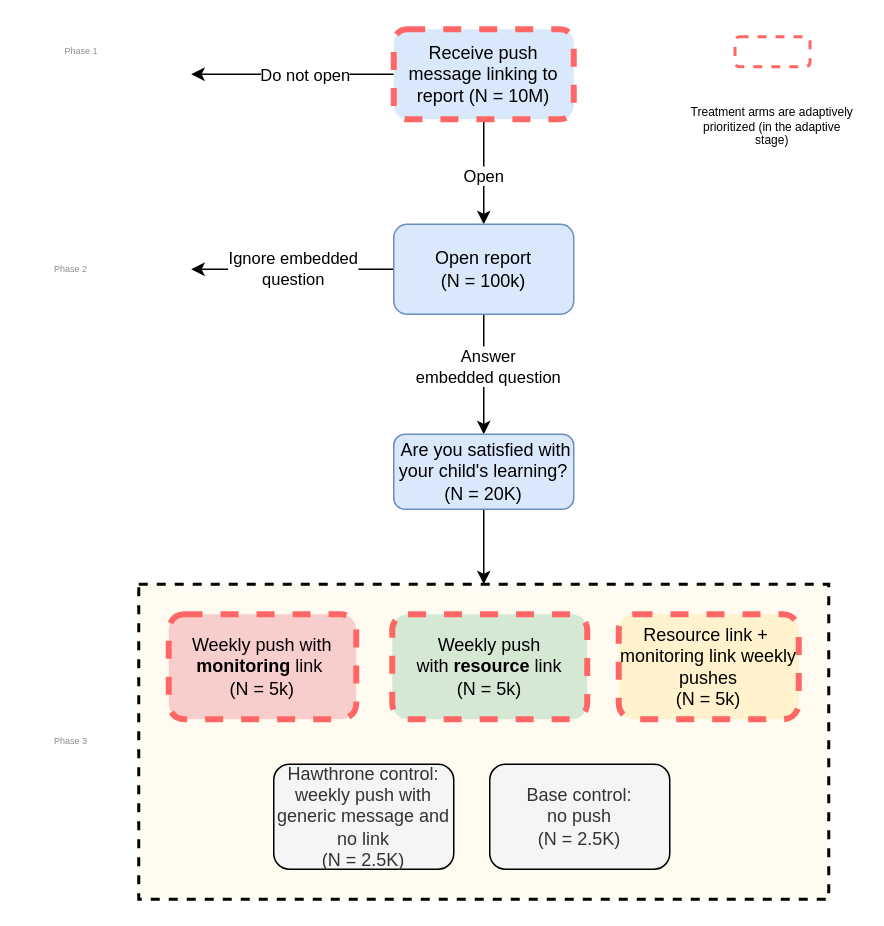
Before: parent_nudge_stages.drawio in henrishi/drawio, a draw.io diagram. Source tidied: cells renumbered, new cells numbered last; positions are measured from the earlier drawing's top-left corner, leaving out a move shared by most shapes. Both pictures are drawn from the tidied source at 150%, with x=0, y=0 at pixel (26, 28).
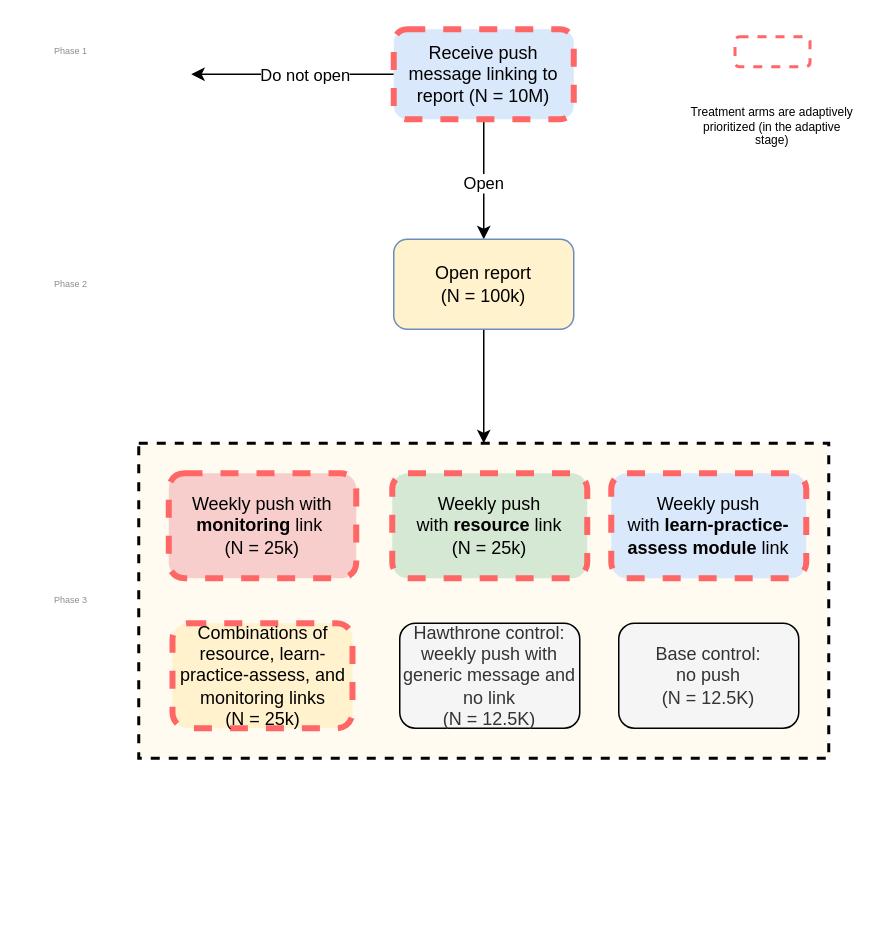
After the change.

Unchanged cells that the change refers to:
```xml
<mxCell id="19" style="rounded=0;whiteSpace=wrap;html=1;strokeColor=#000000;strokeWidth=2;dashed=1;fillColor=#FFFBF0;" parent="18" vertex="1">
  <mxGeometry width="460" height="210" as="geometry" />
</mxCell>
```

Change to the diagram source:
```diff
@@
-    <mxCell id="7" style="edgeStyle=orthogonalEdgeStyle;rounded=0;jettySize=auto;html=1;exitX=0.5;exitY=1;exitDx=0;exitDy=0;entryX=0.5;entryY=0;entryDx=0;entryDy=0;" parent="1" edge="1" source="10" target="17">
-      <mxGeometry relative="1" as="geometry" />
-    </mxCell>
-    <mxCell id="8" value="Answer &lt;br&gt;embedded question" style="edgeLabel;html=1;align=center;verticalAlign=middle;" parent="7" vertex="1">
-      <mxGeometry x="-0.15" y="2" relative="1" as="geometry" />
-    </mxCell>
-    <mxCell id="9" value="Ignore embedded&lt;br&gt;question" style="edgeStyle=orthogonalEdgeStyle;rounded=0;jettySize=auto;html=1;" parent="1" edge="1" source="10">
-      <mxGeometry relative="1" as="geometry">
-        <mxPoint x="110" y="160" as="targetPoint" />
-      </mxGeometry>
-    </mxCell>
+    <mxCell id="25" style="edgeStyle=orthogonalEdgeStyle;rounded=0;jettySize=auto;html=1;entryX=0.5;entryY=0;entryDx=0;entryDy=0;" parent="1" edge="1" source="10" target="19">
+      <mxGeometry relative="1" as="geometry" />
+    </mxCell>
-    <mxCell id="10" value="Open report&lt;br&gt;(N = 100k)" style="rounded=1;whiteSpace=wrap;html=1;fillColor=#dae8fc;strokeColor=#6c8ebf;" parent="1" vertex="1">
-      <mxGeometry x="245" y="130" width="120" height="60" as="geometry" />
+    <mxCell id="10" value="Open report&lt;br&gt;(N = 100k)" style="rounded=1;whiteSpace=wrap;html=1;strokeColor=#6c8ebf;fillColor=#FFF2CC;" parent="1" vertex="1">
+      <mxGeometry x="245" y="140" width="120" height="60" as="geometry" />
     </mxCell>
@@
     <mxCell id="13" value="Phase 1" style="text;html=1;strokeColor=none;fillColor=none;align=center;verticalAlign=middle;whiteSpace=wrap;rounded=0;dashed=1;fontSize=6;fontColor=#8C8C8C;" parent="1" vertex="1">
-      <mxGeometry x="7" y="5" width="60" height="20" as="geometry" />
+      <mxGeometry y="5" width="60" height="20" as="geometry" />
     </mxCell>
     <mxCell id="14" value="Phase 2" style="text;html=1;strokeColor=none;fillColor=none;align=center;verticalAlign=middle;whiteSpace=wrap;rounded=0;dashed=1;fontSize=6;fontColor=#8C8C8C;" parent="1" vertex="1">
-      <mxGeometry y="150" width="60" height="20" as="geometry" />
+      <mxGeometry y="160" width="60" height="20" as="geometry" />
     </mxCell>
     <mxCell id="15" value="Phase 3" style="text;html=1;strokeColor=none;fillColor=none;align=center;verticalAlign=middle;whiteSpace=wrap;rounded=0;dashed=1;fontSize=6;fontColor=#8C8C8C;" parent="1" vertex="1">
-      <mxGeometry y="465" width="60" height="20" as="geometry" />
+      <mxGeometry y="371" width="60" height="20" as="geometry" />
     </mxCell>
-    <mxCell id="16" style="edgeStyle=orthogonalEdgeStyle;rounded=0;jettySize=auto;html=1;exitX=0.5;exitY=1;exitDx=0;exitDy=0;entryX=0.5;entryY=0;entryDx=0;entryDy=0;" parent="1" edge="1" source="17" target="19">
-      <mxGeometry relative="1" as="geometry" />
-    </mxCell>
-    <mxCell id="17" value="&lt;span&gt;&amp;nbsp;Are you satisfied with your child's learning? (N = 20K)&lt;/span&gt;" style="rounded=1;whiteSpace=wrap;html=1;fillColor=#dae8fc;strokeColor=#6c8ebf;" parent="1" vertex="1">
-      <mxGeometry x="245" y="270" width="120" height="50" as="geometry" />
-    </mxCell>
     <mxCell id="18" style="group;" parent="1" vertex="1">
-      <mxGeometry x="75" y="370" width="460" height="210" as="geometry" />
+      <mxGeometry x="75" y="276" width="460" height="210" as="geometry" />
     </mxCell>
@@
-    <mxCell id="20" value="Weekly push with &lt;b&gt;monitoring&lt;/b&gt; link&amp;nbsp;&lt;br&gt;(N = 5k)" style="rounded=1;whiteSpace=wrap;html=1;fillColor=#f8cecc;dashed=1;strokeWidth=4;strokeColor=#FF6666;" parent="18" vertex="1">
+    <mxCell id="20" value="Weekly push with &lt;b&gt;monitoring&lt;/b&gt; link&amp;nbsp;&lt;br&gt;(N = 25k)" style="rounded=1;whiteSpace=wrap;html=1;fillColor=#f8cecc;dashed=1;strokeWidth=4;strokeColor=#FF6666;" parent="18" vertex="1">
       <mxGeometry x="20" y="20" width="125" height="70" as="geometry" />
     </mxCell>
-    <mxCell id="21" value="Weekly push&lt;br&gt;with &lt;b&gt;resource&lt;/b&gt; link&lt;br&gt;(N = 5k)" style="rounded=1;whiteSpace=wrap;html=1;fillColor=#d5e8d4;dashed=1;strokeWidth=4;strokeColor=#FF6666;" parent="18" vertex="1">
+    <mxCell id="21" value="Weekly push&lt;br&gt;with &lt;b&gt;resource&lt;/b&gt; link&lt;br&gt;(N = 25k)" style="rounded=1;whiteSpace=wrap;html=1;fillColor=#d5e8d4;dashed=1;strokeWidth=4;strokeColor=#FF6666;" parent="18" vertex="1">
       <mxGeometry x="169" y="20" width="130" height="70" as="geometry" />
     </mxCell>
-    <mxCell id="22" value="Resource link +&amp;nbsp; monitoring link weekly pushes&lt;br&gt;(N = 5k)" style="rounded=1;whiteSpace=wrap;html=1;fillColor=#fff2cc;strokeColor=#FF6666;dashed=1;strokeWidth=4;" parent="18" vertex="1">
-      <mxGeometry x="320" y="20" width="120" height="70" as="geometry" />
+    <mxCell id="22" value="Combinations of resource, learn-practice-assess, and monitoring links&lt;br&gt;(N = 25k)" style="rounded=1;whiteSpace=wrap;html=1;fillColor=#fff2cc;strokeColor=#FF6666;dashed=1;strokeWidth=4;" parent="18" vertex="1">
+      <mxGeometry x="22.5" y="120" width="120" height="70" as="geometry" />
     </mxCell>
-    <mxCell id="23" value="Hawthrone control:&lt;br&gt;weekly push with generic message and no link&lt;br&gt;(N = 2.5K)" style="rounded=1;whiteSpace=wrap;html=1;strokeWidth=1;fillColor=#f5f5f5;fontColor=#333333;" parent="18" vertex="1">
-      <mxGeometry x="90" y="120" width="120" height="70" as="geometry" />
+    <mxCell id="23" value="Hawthrone control:&lt;br&gt;weekly push with generic message and no link&lt;br&gt;(N = 12.5K)" style="rounded=1;whiteSpace=wrap;html=1;strokeWidth=1;fillColor=#f5f5f5;fontColor=#333333;" parent="18" vertex="1">
+      <mxGeometry x="174" y="120" width="120" height="70" as="geometry" />
     </mxCell>
-    <mxCell id="24" value="Base control:&lt;br&gt;no push&lt;br&gt;(N = 2.5K)" style="rounded=1;whiteSpace=wrap;html=1;fillColor=#f5f5f5;strokeWidth=1;fontColor=#333333;" parent="18" vertex="1">
-      <mxGeometry x="234" y="120" width="120" height="70" as="geometry" />
+    <mxCell id="24" value="Base control:&lt;br&gt;no push&lt;br&gt;(N = 12.5K)" style="rounded=1;whiteSpace=wrap;html=1;fillColor=#f5f5f5;strokeWidth=1;fontColor=#333333;" parent="18" vertex="1">
+      <mxGeometry x="320" y="120" width="120" height="70" as="geometry" />
     </mxCell>
+    <mxCell id="26" value="Weekly push&lt;br&gt;with &lt;b&gt;learn-practice-assess&lt;/b&gt; &lt;b&gt;module&lt;/b&gt; link" style="rounded=1;whiteSpace=wrap;html=1;fillColor=#dae8fc;strokeWidth=4;dashed=1;strokeColor=#FF6666;" parent="18" vertex="1">
+      <mxGeometry x="315" y="20" width="130" height="70" as="geometry" />
+    </mxCell>
```
